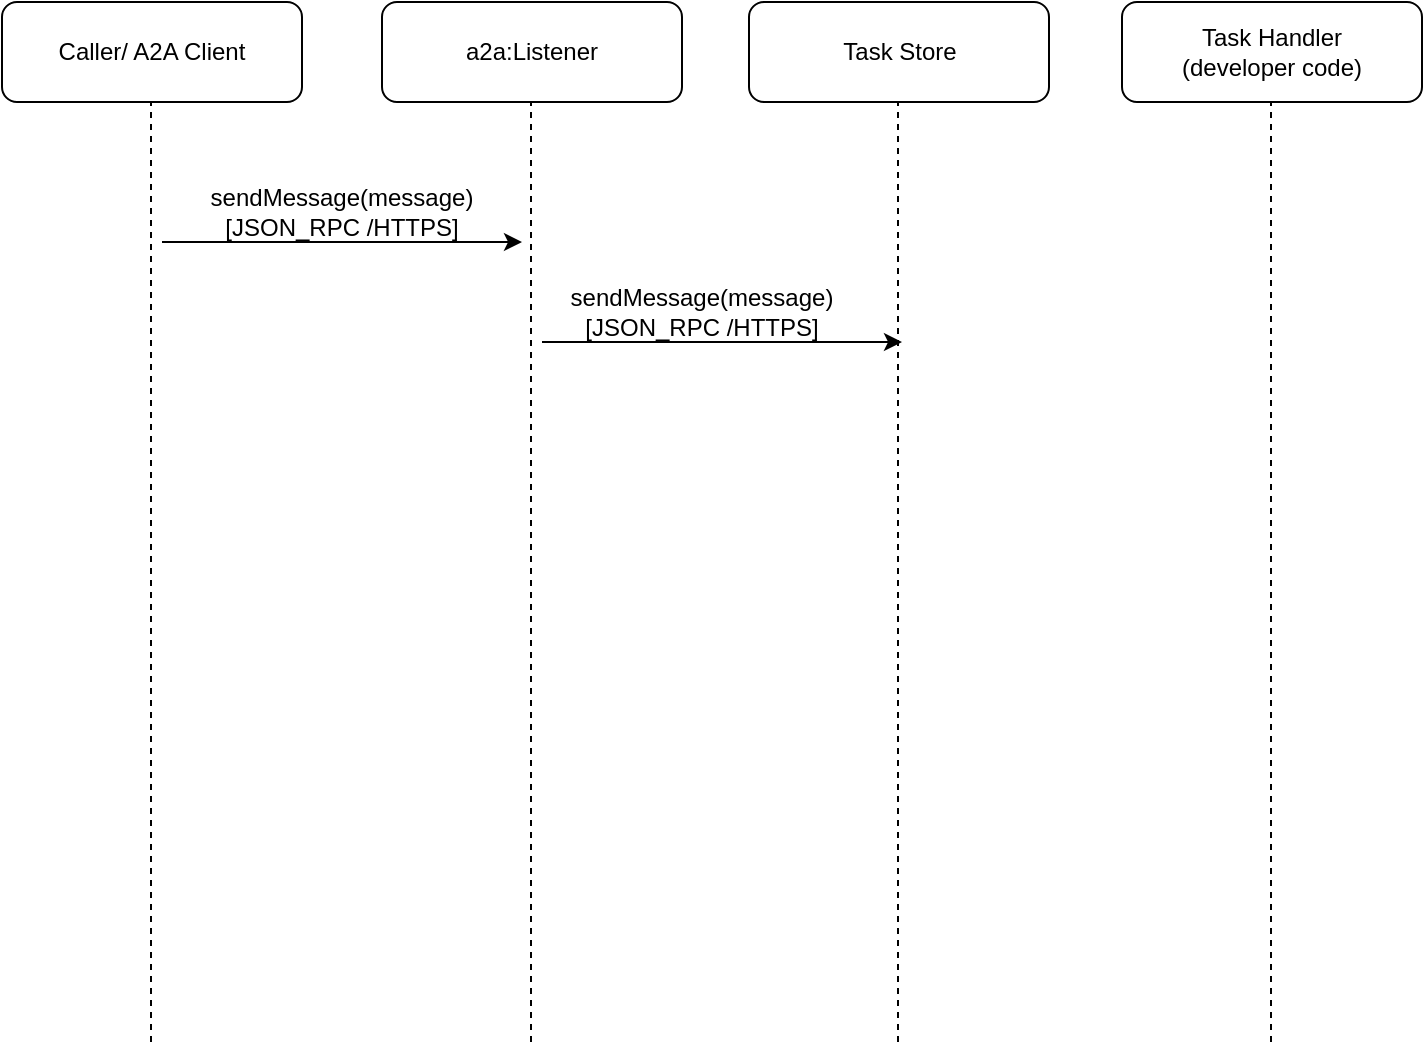
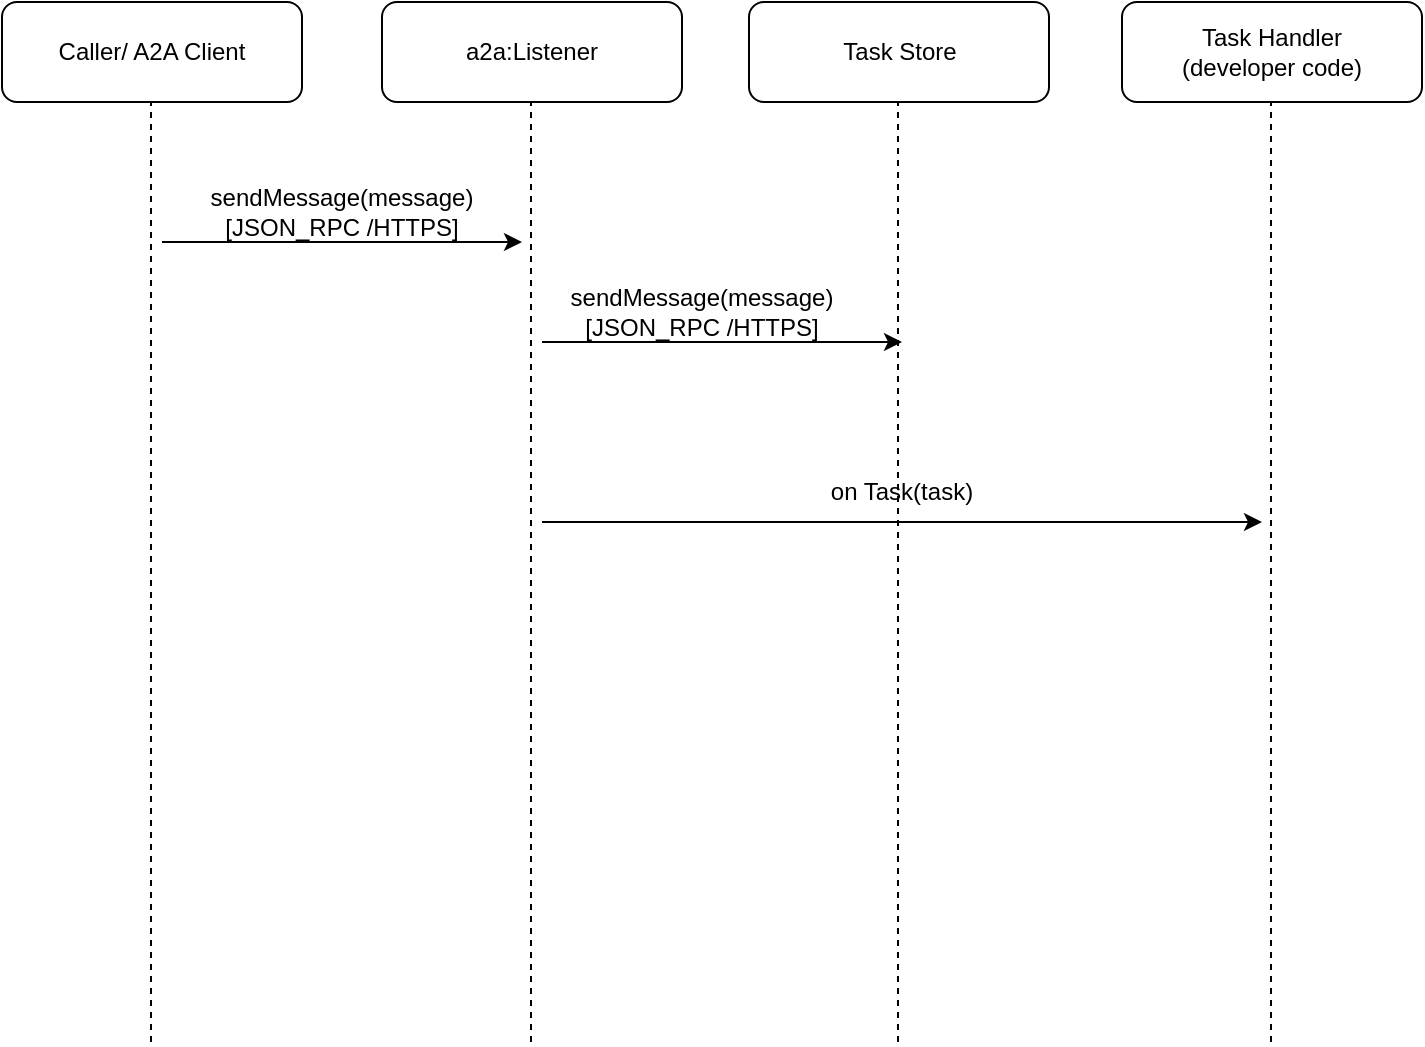
<mxfile host="app.diagrams.net">
  <diagram name="Page-1" id="ZPNNxD_8xx_dK13QvzwB">
    <mxGraphModel dx="1094" dy="555" grid="1" gridSize="10" guides="1" tooltips="1" connect="1" arrows="1" fold="1" page="1" pageScale="1" pageWidth="827" pageHeight="1169" math="0" shadow="0">
      <root>
        <mxCell id="0" />
        <mxCell id="1" parent="0" />
        <mxCell id="KyBT1ujf4ODolMfsrgNy-1" parent="1" style="rounded=1;whiteSpace=wrap;html=1;" value="Caller/ A2A Client" vertex="1">
          <mxGeometry height="50" width="150" x="40" y="30" as="geometry" />
        </mxCell>
        <mxCell id="fuX-3ZszXKkBneVyICno-1" parent="1" style="rounded=1;whiteSpace=wrap;html=1;" value="Task Handler&lt;div&gt;(developer code)&lt;/div&gt;" vertex="1">
          <mxGeometry height="50" width="150" x="600" y="30" as="geometry" />
        </mxCell>
        <mxCell id="fuX-3ZszXKkBneVyICno-2" parent="1" style="rounded=1;whiteSpace=wrap;html=1;" value="Task Store" vertex="1">
          <mxGeometry height="50" width="150" x="413.5" y="30" as="geometry" />
        </mxCell>
        <mxCell id="fuX-3ZszXKkBneVyICno-3" parent="1" style="rounded=1;whiteSpace=wrap;html=1;" value="a2a:Listener" vertex="1">
          <mxGeometry height="50" width="150" x="230" y="30" as="geometry" />
        </mxCell>
        <mxCell id="fuX-3ZszXKkBneVyICno-5" edge="1" parent="1" style="endArrow=none;dashed=1;html=1;rounded=0;" value="">
          <mxGeometry height="50" relative="1" width="50" as="geometry">
            <mxPoint x="114.5" y="550" as="sourcePoint" />
            <mxPoint x="114.5" y="80" as="targetPoint" />
          </mxGeometry>
        </mxCell>
        <mxCell id="fuX-3ZszXKkBneVyICno-6" edge="1" parent="1" style="endArrow=none;dashed=1;html=1;rounded=0;" value="">
          <mxGeometry height="50" relative="1" width="50" as="geometry">
            <mxPoint x="304.5" y="550" as="sourcePoint" />
            <mxPoint x="304.5" y="80" as="targetPoint" />
          </mxGeometry>
        </mxCell>
        <mxCell id="fuX-3ZszXKkBneVyICno-7" edge="1" parent="1" style="endArrow=none;dashed=1;html=1;rounded=0;" value="">
          <mxGeometry height="50" relative="1" width="50" as="geometry">
            <mxPoint x="488" y="550" as="sourcePoint" />
            <mxPoint x="488" y="80" as="targetPoint" />
          </mxGeometry>
        </mxCell>
        <mxCell id="fuX-3ZszXKkBneVyICno-8" edge="1" parent="1" style="endArrow=none;dashed=1;html=1;rounded=0;" value="">
          <mxGeometry height="50" relative="1" width="50" as="geometry">
            <mxPoint x="674.5" y="550" as="sourcePoint" />
            <mxPoint x="674.5" y="80" as="targetPoint" />
          </mxGeometry>
        </mxCell>
        <mxCell id="fuX-3ZszXKkBneVyICno-9" edge="1" parent="1" style="endArrow=classic;html=1;rounded=0;" value="">
          <mxGeometry height="50" relative="1" width="50" as="geometry">
            <mxPoint x="310" y="200" as="sourcePoint" />
            <mxPoint x="490" y="200" as="targetPoint" />
          </mxGeometry>
        </mxCell>
        <mxCell id="fuX-3ZszXKkBneVyICno-10" edge="1" parent="1" style="endArrow=classic;html=1;rounded=0;" value="">
          <mxGeometry height="50" relative="1" width="50" as="geometry">
            <mxPoint x="120" y="150" as="sourcePoint" />
            <mxPoint x="300" y="150" as="targetPoint" />
          </mxGeometry>
        </mxCell>
        <mxCell id="fuX-3ZszXKkBneVyICno-11" parent="1" style="text;html=1;whiteSpace=wrap;strokeColor=none;fillColor=none;align=center;verticalAlign=middle;rounded=0;" value="sendMessage(message) [JSON_RPC /HTTPS]" vertex="1">
          <mxGeometry height="30" width="180" x="120" y="120" as="geometry" />
        </mxCell>
        <mxCell id="fuX-3ZszXKkBneVyICno-12" parent="1" style="text;html=1;whiteSpace=wrap;strokeColor=none;fillColor=none;align=center;verticalAlign=middle;rounded=0;" value="sendMessage(message) [JSON_RPC /HTTPS]" vertex="1">
          <mxGeometry height="30" width="180" x="300" y="170" as="geometry" />
        </mxCell>
+         <mxCell id="fuX-3ZszXKkBneVyICno-13" edge="1" parent="1" style="endArrow=classic;html=1;rounded=0;" value="">
+           <mxGeometry height="50" relative="1" width="50" as="geometry">
+             <mxPoint x="310" y="290" as="sourcePoint" />
+             <mxPoint x="670" y="290" as="targetPoint" />
+           </mxGeometry>
+         </mxCell>
+         <mxCell id="fuX-3ZszXKkBneVyICno-14" parent="1" style="text;html=1;whiteSpace=wrap;strokeColor=none;fillColor=none;align=center;verticalAlign=middle;rounded=0;" value="on Task(task)" vertex="1">
+           <mxGeometry height="30" width="180" x="400" y="260" as="geometry" />
+         </mxCell>
      </root>
    </mxGraphModel>
  </diagram>
</mxfile>
